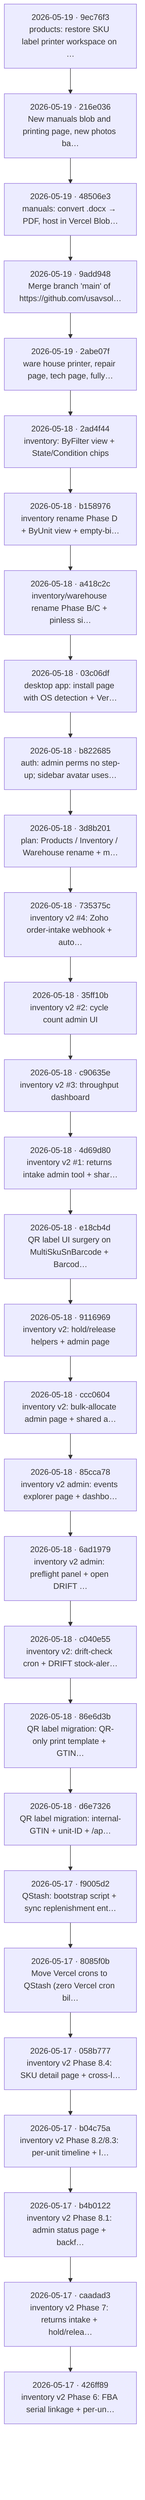
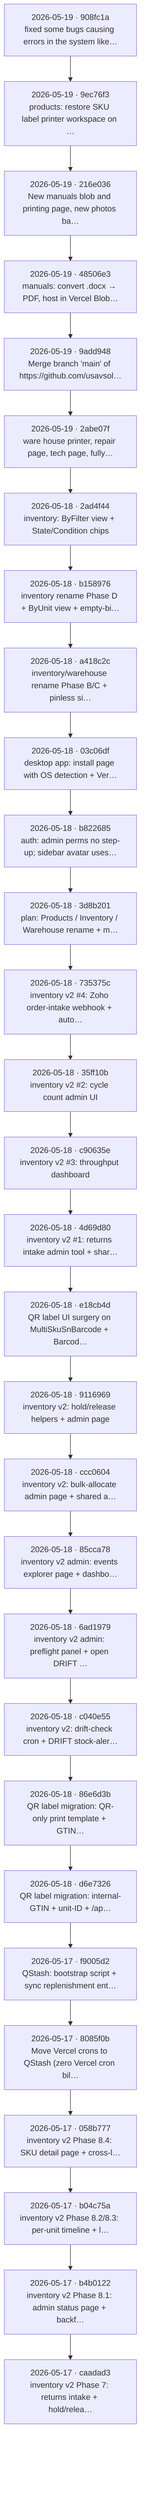
flowchart TB
-   c0["2026-05-19 · 9ec76f3<br/>products: restore SKU label printer workspace on …"]
-   c1["2026-05-19 · 216e036<br/>New manuals blob and printing page, new photos ba…"]
+   c0["2026-05-19 · 908fc1a<br/>fixed some bugs causing errors in the system like…"]
+   c1["2026-05-19 · 9ec76f3<br/>products: restore SKU label printer workspace on …"]
  c0 --> c1
-   c2["2026-05-19 · 48506e3<br/>manuals: convert .docx → PDF, host in Vercel Blob…"]
+   c2["2026-05-19 · 216e036<br/>New manuals blob and printing page, new photos ba…"]
  c1 --> c2
-   c3["2026-05-19 · 9add948<br/>Merge branch 'main' of https://github.com/usavsol…"]
+   c3["2026-05-19 · 48506e3<br/>manuals: convert .docx → PDF, host in Vercel Blob…"]
  c2 --> c3
-   c4["2026-05-19 · 2abe07f<br/>ware house printer, repair page, tech page, fully…"]
+   c4["2026-05-19 · 9add948<br/>Merge branch 'main' of https://github.com/usavsol…"]
  c3 --> c4
-   c5["2026-05-18 · 2ad4f44<br/>inventory: ByFilter view + State/Condition chips"]
+   c5["2026-05-19 · 2abe07f<br/>ware house printer, repair page, tech page, fully…"]
  c4 --> c5
-   c6["2026-05-18 · b158976<br/>inventory rename Phase D + ByUnit view + empty-bi…"]
+   c6["2026-05-18 · 2ad4f44<br/>inventory: ByFilter view + State/Condition chips"]
  c5 --> c6
-   c7["2026-05-18 · a418c2c<br/>inventory/warehouse rename Phase B/C + pinless si…"]
+   c7["2026-05-18 · b158976<br/>inventory rename Phase D + ByUnit view + empty-bi…"]
  c6 --> c7
-   c8["2026-05-18 · 03c06df<br/>desktop app: install page with OS detection + Ver…"]
+   c8["2026-05-18 · a418c2c<br/>inventory/warehouse rename Phase B/C + pinless si…"]
  c7 --> c8
-   c9["2026-05-18 · b822685<br/>auth: admin perms no step-up; sidebar avatar uses…"]
+   c9["2026-05-18 · 03c06df<br/>desktop app: install page with OS detection + Ver…"]
  c8 --> c9
-   c10["2026-05-18 · 3d8b201<br/>plan: Products / Inventory / Warehouse rename + m…"]
+   c10["2026-05-18 · b822685<br/>auth: admin perms no step-up; sidebar avatar uses…"]
  c9 --> c10
-   c11["2026-05-18 · 735375c<br/>inventory v2 #4: Zoho order-intake webhook + auto…"]
+   c11["2026-05-18 · 3d8b201<br/>plan: Products / Inventory / Warehouse rename + m…"]
  c10 --> c11
-   c12["2026-05-18 · 35ff10b<br/>inventory v2 #2: cycle count admin UI"]
+   c12["2026-05-18 · 735375c<br/>inventory v2 #4: Zoho order-intake webhook + auto…"]
  c11 --> c12
-   c13["2026-05-18 · c90635e<br/>inventory v2 #3: throughput dashboard"]
+   c13["2026-05-18 · 35ff10b<br/>inventory v2 #2: cycle count admin UI"]
  c12 --> c13
-   c14["2026-05-18 · 4d69d80<br/>inventory v2 #1: returns intake admin tool + shar…"]
+   c14["2026-05-18 · c90635e<br/>inventory v2 #3: throughput dashboard"]
  c13 --> c14
-   c15["2026-05-18 · e18cb4d<br/>QR label UI surgery on MultiSkuSnBarcode + Barcod…"]
+   c15["2026-05-18 · 4d69d80<br/>inventory v2 #1: returns intake admin tool + shar…"]
  c14 --> c15
-   c16["2026-05-18 · 9116969<br/>inventory v2: hold/release helpers + admin page"]
+   c16["2026-05-18 · e18cb4d<br/>QR label UI surgery on MultiSkuSnBarcode + Barcod…"]
  c15 --> c16
-   c17["2026-05-18 · ccc0604<br/>inventory v2: bulk-allocate admin page + shared a…"]
+   c17["2026-05-18 · 9116969<br/>inventory v2: hold/release helpers + admin page"]
  c16 --> c17
-   c18["2026-05-18 · 85cca78<br/>inventory v2 admin: events explorer page + dashbo…"]
+   c18["2026-05-18 · ccc0604<br/>inventory v2: bulk-allocate admin page + shared a…"]
  c17 --> c18
-   c19["2026-05-18 · 6ad1979<br/>inventory v2 admin: preflight panel + open DRIFT …"]
+   c19["2026-05-18 · 85cca78<br/>inventory v2 admin: events explorer page + dashbo…"]
  c18 --> c19
-   c20["2026-05-18 · c040e55<br/>inventory v2: drift-check cron + DRIFT stock-aler…"]
+   c20["2026-05-18 · 6ad1979<br/>inventory v2 admin: preflight panel + open DRIFT …"]
  c19 --> c20
-   c21["2026-05-18 · 86e6d3b<br/>QR label migration: QR-only print template + GTIN…"]
+   c21["2026-05-18 · c040e55<br/>inventory v2: drift-check cron + DRIFT stock-aler…"]
  c20 --> c21
-   c22["2026-05-18 · d6e7326<br/>QR label migration: internal-GTIN + unit-ID + /ap…"]
+   c22["2026-05-18 · 86e6d3b<br/>QR label migration: QR-only print template + GTIN…"]
  c21 --> c22
-   c23["2026-05-17 · f9005d2<br/>QStash: bootstrap script + sync replenishment ent…"]
+   c23["2026-05-18 · d6e7326<br/>QR label migration: internal-GTIN + unit-ID + /ap…"]
  c22 --> c23
-   c24["2026-05-17 · 8085f0b<br/>Move Vercel crons to QStash (zero Vercel cron bil…"]
+   c24["2026-05-17 · f9005d2<br/>QStash: bootstrap script + sync replenishment ent…"]
  c23 --> c24
-   c25["2026-05-17 · 058b777<br/>inventory v2 Phase 8.4: SKU detail page + cross-l…"]
+   c25["2026-05-17 · 8085f0b<br/>Move Vercel crons to QStash (zero Vercel cron bil…"]
  c24 --> c25
-   c26["2026-05-17 · b04c75a<br/>inventory v2 Phase 8.2/8.3: per-unit timeline + l…"]
+   c26["2026-05-17 · 058b777<br/>inventory v2 Phase 8.4: SKU detail page + cross-l…"]
  c25 --> c26
-   c27["2026-05-17 · b4b0122<br/>inventory v2 Phase 8.1: admin status page + backf…"]
+   c27["2026-05-17 · b04c75a<br/>inventory v2 Phase 8.2/8.3: per-unit timeline + l…"]
  c26 --> c27
-   c28["2026-05-17 · caadad3<br/>inventory v2 Phase 7: returns intake + hold/relea…"]
+   c28["2026-05-17 · b4b0122<br/>inventory v2 Phase 8.1: admin status page + backf…"]
  c27 --> c28
-   c29["2026-05-17 · 426ff89<br/>inventory v2 Phase 6: FBA serial linkage + per-un…"]
+   c29["2026-05-17 · caadad3<br/>inventory v2 Phase 7: returns intake + hold/relea…"]
  c28 --> c29